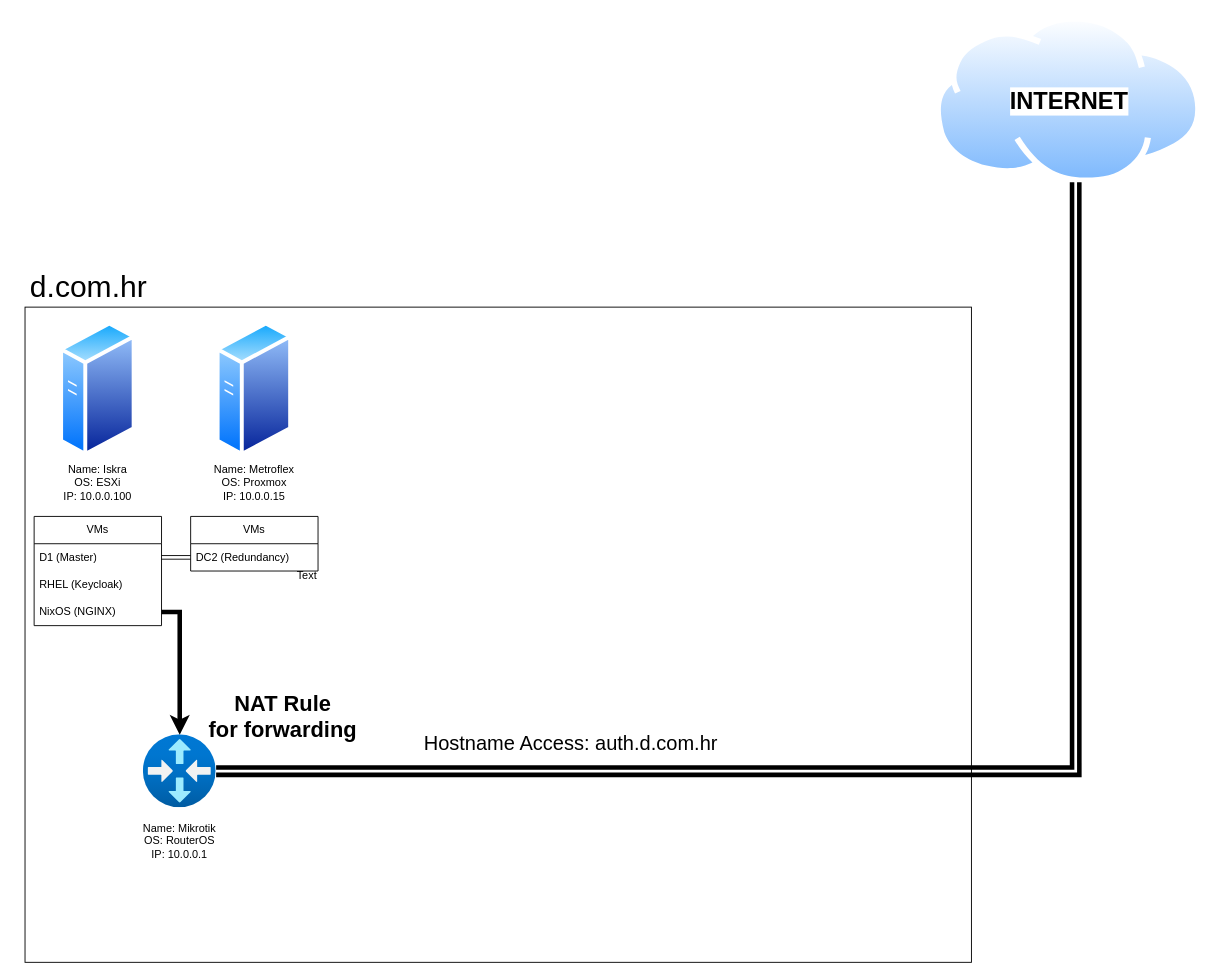
LukaCafuka/Diagrams-TiPK keeps this draw.io diagram as asbp_projekt.drawio. Above is the earlier version. Source tidied: cells renumbered, new cells numbered last; positions are measured from the earlier drawing's top-left corner, leaving out a move shared by most shapes. Both pictures are drawn from the tidied source at 91%, with x=0, y=0 at pixel (15, 15).
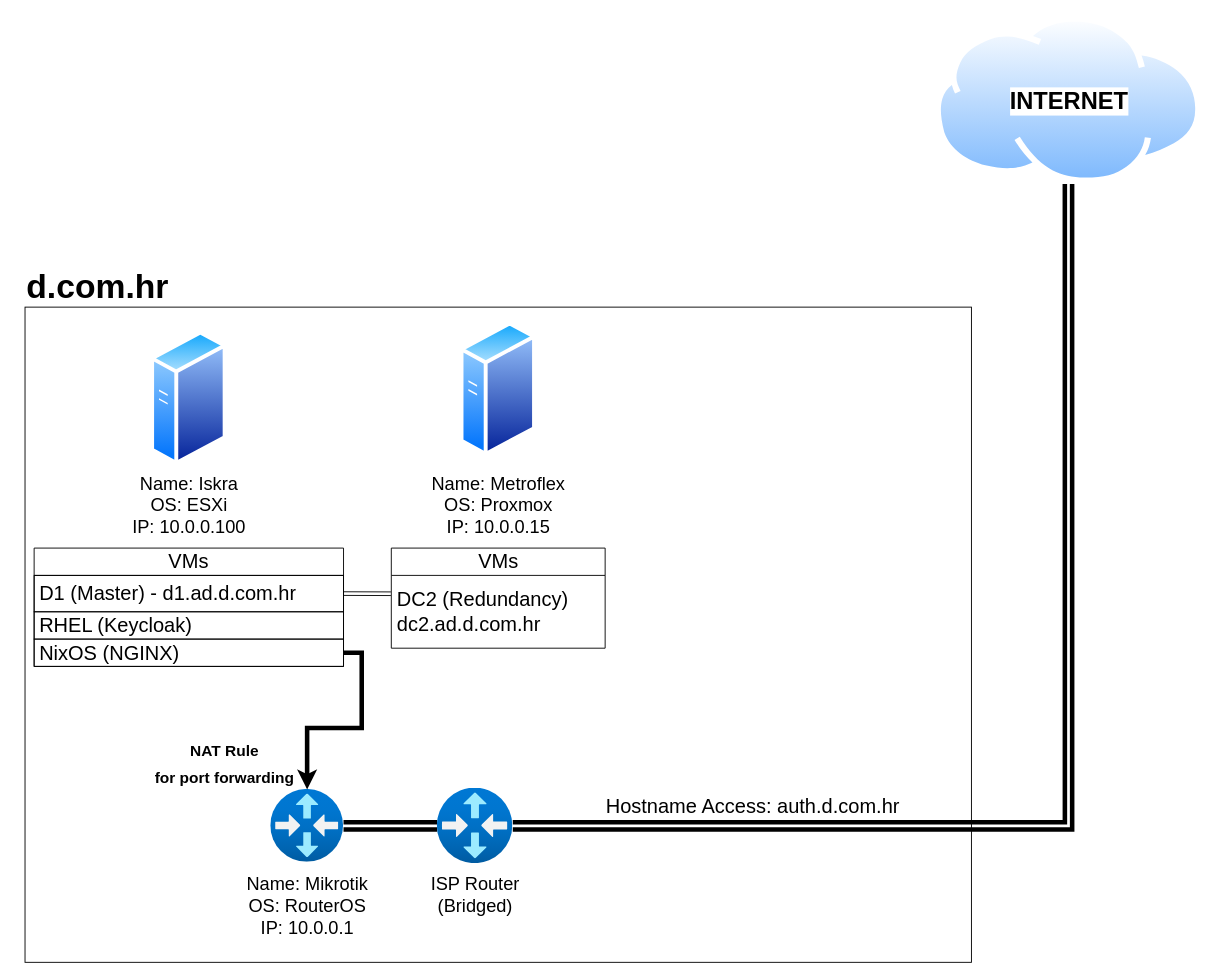
Above is the later version.

The change refers to these unchanged cells:
```xml
<mxCell id="2" value="&lt;font style=&quot;font-size: 26px;&quot;&gt;&lt;b&gt;INTERNET&lt;/b&gt;&lt;/font&gt;" style="image;perimeter=ellipsePerimeter;html=1;align=center;shadow=0;dashed=0;spacingTop=3;image=img/lib/active_directory/internet_cloud.svg;labelPosition=center;verticalLabelPosition=middle;verticalAlign=middle;" parent="1" vertex="1">
  <mxGeometry x="1010" width="293.3" height="184.8" as="geometry" />
</mxCell>
```

The edit, as a diff of the source:
```diff
@@
-    <mxCell id="4" value="&lt;font style=&quot;font-size: 33px; line-height: 160%;&quot;&gt;d&lt;span style=&quot;background-color: initial;&quot;&gt;.com.hr&lt;/span&gt;&lt;/font&gt;" style="text;html=1;align=center;verticalAlign=middle;whiteSpace=wrap;rounded=0;" parent="1" vertex="1">
-      <mxGeometry y="260" width="160" height="75.2" as="geometry" />
+    <mxCell id="4" value="&lt;font style=&quot;line-height: 160%; font-size: 37px;&quot;&gt;&lt;b style=&quot;&quot;&gt;d&lt;span style=&quot;background-color: initial;&quot;&gt;.com.hr&lt;/span&gt;&lt;/b&gt;&lt;/font&gt;" style="text;html=1;align=center;verticalAlign=middle;whiteSpace=wrap;rounded=0;" parent="1" vertex="1">
+      <mxGeometry x="10" y="260" width="160" height="75.2" as="geometry" />
     </mxCell>
     <mxCell id="5" style="image;perimeter=ellipsePerimeter;html=1;align=center;shadow=0;dashed=0;spacingTop=3;image=img/lib/active_directory/generic_server.svg;" parent="1" vertex="1">
-      <mxGeometry x="48" y="335.2" width="84" height="150" as="geometry" />
+      <mxGeometry x="148" y="345.2" width="84" height="150" as="geometry" />
     </mxCell>
     <mxCell id="6" style="image;perimeter=ellipsePerimeter;html=1;align=center;shadow=0;dashed=0;spacingTop=3;image=img/lib/active_directory/generic_server.svg;" parent="1" vertex="1">
-      <mxGeometry x="220" y="335.2" width="84" height="150" as="geometry" />
+      <mxGeometry x="488" y="335.2" width="84" height="150" as="geometry" />
     </mxCell>
-    <mxCell id="7" value="Name: Iskra&lt;div&gt;OS: ESXi&lt;/div&gt;&lt;div&gt;IP: 10.0.0.100&lt;/div&gt;" style="text;html=1;align=center;verticalAlign=middle;whiteSpace=wrap;rounded=0;" parent="1" vertex="1">
-      <mxGeometry x="45" y="485.2" width="90" height="54.8" as="geometry" />
+    <mxCell id="7" value="&lt;font style=&quot;font-size: 20px;&quot;&gt;Name: Iskra&lt;/font&gt;&lt;div&gt;&lt;font style=&quot;font-size: 20px;&quot;&gt;OS: ESXi&lt;/font&gt;&lt;/div&gt;&lt;div&gt;&lt;font style=&quot;font-size: 20px;&quot;&gt;IP: 10.0.0.100&lt;/font&gt;&lt;/div&gt;" style="text;html=1;align=center;verticalAlign=middle;whiteSpace=wrap;rounded=0;fontSize=13;" parent="1" vertex="1">
+      <mxGeometry x="87.5" y="510" width="205" height="54.8" as="geometry" />
     </mxCell>
-    <mxCell id="8" value="Name: Metroflex&lt;div&gt;OS: Proxmox&lt;/div&gt;&lt;div&gt;IP: 10.0.0.15&lt;/div&gt;" style="text;html=1;align=center;verticalAlign=middle;whiteSpace=wrap;rounded=0;" parent="1" vertex="1">
-      <mxGeometry x="209" y="485.2" width="106" height="54.8" as="geometry" />
+    <mxCell id="8" value="&lt;font style=&quot;font-size: 20px;&quot;&gt;Name: Metroflex&lt;/font&gt;&lt;div&gt;&lt;font style=&quot;font-size: 20px;&quot;&gt;OS: Proxmox&lt;/font&gt;&lt;/div&gt;&lt;div&gt;&lt;font style=&quot;font-size: 20px;&quot;&gt;IP: 10.0.0.15&lt;/font&gt;&lt;/div&gt;" style="text;html=1;align=center;verticalAlign=middle;whiteSpace=wrap;rounded=0;" parent="1" vertex="1">
+      <mxGeometry x="448.5" y="490" width="163" height="94.8" as="geometry" />
     </mxCell>
-    <mxCell id="9" value="VMs" style="swimlane;fontStyle=0;horizontal=1;startSize=30;whiteSpace=wrap;html=1;" parent="1" vertex="1">
-      <mxGeometry x="192" y="550" width="140" height="60" as="geometry" />
+    <mxCell id="9" value="VMs" style="swimlane;fontStyle=0;horizontal=1;startSize=30;whiteSpace=wrap;html=1;fontSize=22;" parent="1" vertex="1">
+      <mxGeometry x="412.5" y="584.8" width="235" height="110" as="geometry" />
     </mxCell>
-    <mxCell id="10" value="DC2 (Redundancy)" style="text;strokeColor=none;fillColor=none;align=left;verticalAlign=middle;spacingLeft=4;spacingRight=4;overflow=hidden;points=[[0,0.5],[1,0.5]];portConstraint=eastwest;whiteSpace=wrap;html=1;" parent="9" vertex="1">
-      <mxGeometry y="30" width="140" height="30" as="geometry" />
+    <mxCell id="10" value="&lt;font style=&quot;font-size: 22px;&quot;&gt;DC2 (Redundancy)&lt;/font&gt;&lt;div&gt;&lt;span style=&quot;font-size: 22px;&quot;&gt;dc2.ad.d.com.hr&lt;/span&gt;&lt;/div&gt;" style="text;strokeColor=none;fillColor=none;align=left;verticalAlign=middle;spacingLeft=4;spacingRight=4;overflow=hidden;points=[[0,0.5],[1,0.5]];portConstraint=eastwest;whiteSpace=wrap;html=1;" parent="9" vertex="1">
+      <mxGeometry y="30" width="235" height="80" as="geometry" />
     </mxCell>
-    <mxCell id="11" value="VMs" style="swimlane;fontStyle=0;horizontal=1;startSize=30;whiteSpace=wrap;html=1;" parent="1" vertex="1">
-      <mxGeometry x="20" y="550" width="140" height="120" as="geometry" />
+    <mxCell id="11" value="VMs" style="swimlane;fontStyle=0;horizontal=1;startSize=30;whiteSpace=wrap;html=1;fontSize=22;" parent="1" vertex="1">
+      <mxGeometry x="20" y="584.8" width="340" height="130" as="geometry" />
     </mxCell>
-    <mxCell id="12" value="D1 (Master)" style="text;strokeColor=none;fillColor=none;align=left;verticalAlign=middle;spacingLeft=4;spacingRight=4;overflow=hidden;points=[[0,0.5],[1,0.5]];portConstraint=eastwest;whiteSpace=wrap;html=1;" parent="11" vertex="1">
-      <mxGeometry y="30" width="140" height="30" as="geometry" />
+    <mxCell id="12" value="D1 (Master) -&amp;nbsp;&lt;span style=&quot;background-color: initial;&quot;&gt;d1.ad.d.com.hr&lt;/span&gt;" style="text;strokeColor=default;fillColor=none;align=left;verticalAlign=middle;spacingLeft=4;spacingRight=4;overflow=hidden;points=[[0,0.5],[1,0.5]];portConstraint=eastwest;whiteSpace=wrap;html=1;fontSize=22;" parent="11" vertex="1">
+      <mxGeometry y="30" width="340" height="40" as="geometry" />
     </mxCell>
-    <mxCell id="13" value="RHEL (Keycloak)" style="text;strokeColor=none;fillColor=none;align=left;verticalAlign=middle;spacingLeft=4;spacingRight=4;overflow=hidden;whiteSpace=wrap;html=1;" parent="11" vertex="1">
-      <mxGeometry y="60" width="140" height="30" as="geometry" />
+    <mxCell id="13" value="RHEL (Keycloak)" style="text;strokeColor=default;fillColor=none;align=left;verticalAlign=middle;spacingLeft=4;spacingRight=4;overflow=hidden;whiteSpace=wrap;html=1;fontSize=22;" parent="11" vertex="1">
+      <mxGeometry y="70" width="340" height="30" as="geometry" />
     </mxCell>
-    <mxCell id="14" value="NixOS (NGINX)" style="text;strokeColor=none;fillColor=none;align=left;verticalAlign=middle;spacingLeft=4;spacingRight=4;overflow=hidden;points=[[0,0.5],[1,0.5]];portConstraint=eastwest;whiteSpace=wrap;html=1;" parent="11" vertex="1">
-      <mxGeometry y="90" width="140" height="30" as="geometry" />
+    <mxCell id="14" value="NixOS (NGINX)" style="text;strokeColor=default;fillColor=none;align=left;verticalAlign=middle;spacingLeft=4;spacingRight=4;overflow=hidden;points=[[0,0.5],[1,0.5]];portConstraint=eastwest;whiteSpace=wrap;html=1;fontSize=22;" parent="11" vertex="1">
+      <mxGeometry y="100" width="340" height="30" as="geometry" />
     </mxCell>
-    <mxCell id="15" style="rounded=0;jettySize=auto;html=1;shape=link;" parent="1" edge="1" source="12" target="10">
+    <mxCell id="15" style="rounded=0;jettySize=auto;html=1;shape=link;entryX=-0.002;entryY=0.252;entryDx=0;entryDy=0;entryPerimeter=0;exitX=1;exitY=0.5;exitDx=0;exitDy=0;" parent="1" edge="1" source="12" target="10">
       <mxGeometry relative="1" as="geometry" />
     </mxCell>
+    <mxCell id="23" style="edgeStyle=orthogonalEdgeStyle;rounded=0;jettySize=auto;html=1;shape=link;strokeWidth=5;" parent="1" edge="1" source="16" target="25">
+      <mxGeometry relative="1" as="geometry" />
+    </mxCell>
     <mxCell id="16" style="image;html=1;points=[];align=center;fontSize=12;image=img/lib/azure2/networking/Virtual_Router.svg;" parent="1" vertex="1">
-      <mxGeometry x="140" y="790" width="80" height="80" as="geometry" />
+      <mxGeometry x="280" y="850" width="80" height="80" as="geometry" />
     </mxCell>
-    <mxCell id="17" value="Name: Mikrotik&lt;div&gt;OS: RouterOS&lt;/div&gt;&lt;div&gt;IP: 10.0.0.1&lt;/div&gt;" style="text;html=1;align=center;verticalAlign=middle;whiteSpace=wrap;rounded=0;" parent="1" vertex="1">
-      <mxGeometry x="127" y="880" width="106" height="54.8" as="geometry" />
+    <mxCell id="17" value="&lt;font style=&quot;font-size: 20px;&quot;&gt;Name: Mikrotik&lt;/font&gt;&lt;div&gt;&lt;font style=&quot;font-size: 20px;&quot;&gt;OS: RouterOS&lt;/font&gt;&lt;/div&gt;&lt;div&gt;&lt;font style=&quot;font-size: 20px;&quot;&gt;IP: 10.0.0.1&lt;/font&gt;&lt;/div&gt;" style="text;html=1;align=center;verticalAlign=middle;whiteSpace=wrap;rounded=0;" parent="1" vertex="1">
+      <mxGeometry x="233.5" y="950" width="173" height="54.8" as="geometry" />
     </mxCell>
@@
-    <mxCell id="19" style="rounded=0;jettySize=auto;html=1;entryX=0.527;entryY=0.989;entryDx=0;entryDy=0;entryPerimeter=0;edgeStyle=orthogonalEdgeStyle;strokeWidth=5;shape=link;" parent="1" edge="1" source="16" target="2">
-      <mxGeometry relative="1" as="geometry" />
-    </mxCell>
-    <mxCell id="20" value="Text" style="text;html=1;align=center;verticalAlign=middle;whiteSpace=wrap;rounded=0;" parent="1" vertex="1">
-      <mxGeometry x="290" y="600" width="60" height="30" as="geometry" />
-    </mxCell>
     <mxCell id="21" value="Hostname Access: auth.d.com.hr" style="text;html=1;align=center;verticalAlign=middle;whiteSpace=wrap;rounded=0;fontSize=22;" parent="1" vertex="1">
-      <mxGeometry x="220" y="780" width="780" height="40" as="geometry" />
+      <mxGeometry x="420" y="848.5" width="780" height="40" as="geometry" />
     </mxCell>
-    <mxCell id="22" value="NAT Rule&lt;div&gt;for forwarding&lt;/div&gt;" style="text;strokeColor=none;fillColor=none;html=1;fontSize=24;fontStyle=1;verticalAlign=middle;align=center;" parent="1" vertex="1">
-      <mxGeometry x="200" y="730" width="186" height="80" as="geometry" />
+    <mxCell id="22" value="&lt;font style=&quot;font-size: 17px;&quot;&gt;NAT Rule&lt;/font&gt;&lt;div&gt;&lt;font style=&quot;font-size: 17px;&quot;&gt;&lt;font style=&quot;&quot;&gt;for port&amp;nbsp;&lt;/font&gt;&lt;span style=&quot;background-color: initial;&quot;&gt;forwarding&lt;/span&gt;&lt;/font&gt;&lt;/div&gt;" style="text;strokeColor=none;fillColor=none;html=1;fontSize=24;fontStyle=1;verticalAlign=middle;align=center;" parent="1" vertex="1">
+      <mxGeometry x="140" y="790" width="177" height="60" as="geometry" />
     </mxCell>
+    <mxCell id="24" style="edgeStyle=orthogonalEdgeStyle;rounded=0;jettySize=auto;html=1;shape=link;strokeWidth=5;" parent="1" edge="1" source="25" target="2">
+      <mxGeometry relative="1" as="geometry" />
+    </mxCell>
+    <mxCell id="25" style="image;html=1;points=[];align=center;fontSize=12;image=img/lib/azure2/networking/Virtual_Router.svg;" parent="1" vertex="1">
+      <mxGeometry x="463" y="848.5" width="83" height="83" as="geometry" />
+    </mxCell>
+    <mxCell id="26" value="&lt;font style=&quot;font-size: 20px;&quot;&gt;ISP Router&lt;/font&gt;&lt;div&gt;&lt;font style=&quot;font-size: 20px;&quot;&gt;(Bridged)&lt;/font&gt;&lt;/div&gt;" style="text;html=1;align=center;verticalAlign=middle;whiteSpace=wrap;rounded=0;fontSize=12;" parent="1" vertex="1">
+      <mxGeometry x="440.5" y="940" width="128" height="50" as="geometry" />
+    </mxCell>
```
